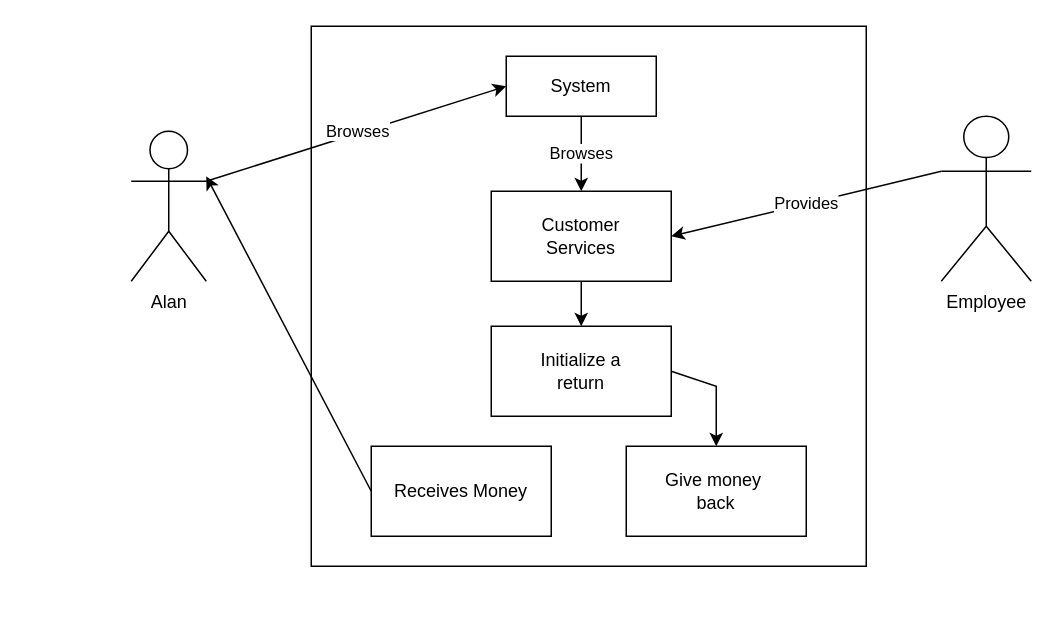
Earlier version of the draw.io diagram Diagrams/CSC648UseCase12.drawio (isaipd20/Diagrams). Source tidied: cells renumbered, new cells numbered last; positions are measured from the earlier drawing's top-left corner, leaving out a move shared by most shapes. Both pictures are drawn from the tidied source at 150%, with x=0, y=0 at pixel (130, 26).
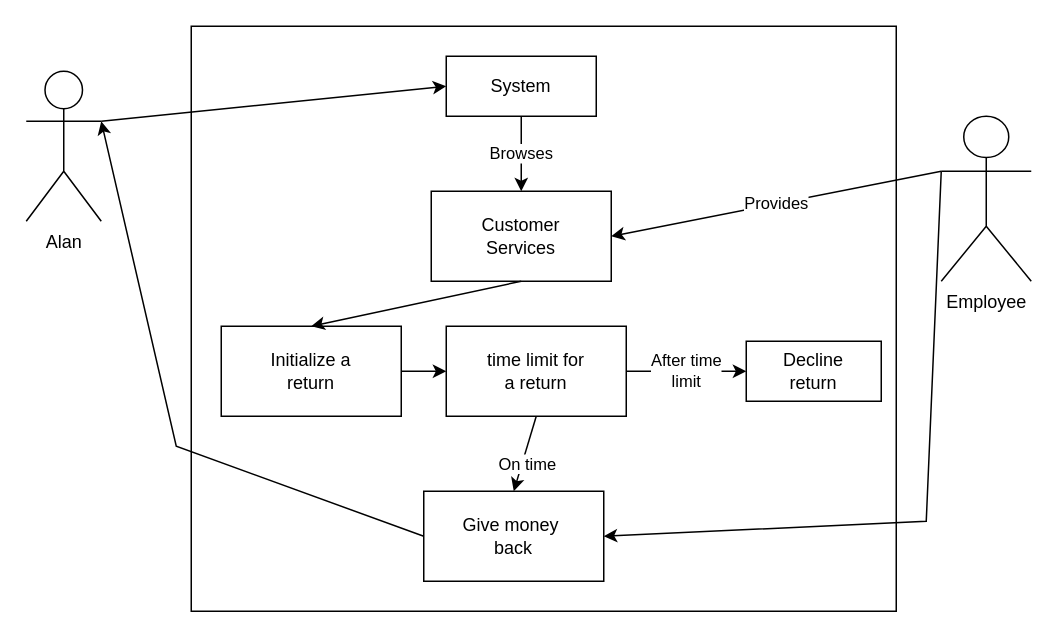
After the change.

Commit message:
Final CSC648UseCase12

Unchanged cells that the change refers to:
```xml
<mxCell id="5" style="endArrow=classic;html=1;rounded=0;exitX=1;exitY=0.3333333333333333;exitDx=0;exitDy=0;exitPerimeter=0;entryX=0;entryY=0.5;entryDx=0;entryDy=0;" parent="1" edge="1" source="3" target="4">
  <mxGeometry relative="1" as="geometry" />
</mxCell>
<mxCell id="9" value="Employee" style="shape=umlActor;verticalLabelPosition=bottom;verticalAlign=top;html=1;outlineConnect=0;" parent="1" vertex="1">
  <mxGeometry x="540" y="60" width="60" height="110" as="geometry" />
</mxCell>
```

What changed in the source:
```diff
@@
     <mxCell id="2" style="rounded=0;whiteSpace=wrap;html=1;" parent="1" vertex="1">
-      <mxGeometry x="120" width="370" height="360" as="geometry" />
+      <mxGeometry x="40" width="470" height="390" as="geometry" />
     </mxCell>
     <mxCell id="3" value="Alan" style="shape=umlActor;verticalLabelPosition=bottom;verticalAlign=top;html=1;outlineConnect=0;" parent="1" vertex="1">
-      <mxGeometry y="70" width="50" height="100" as="geometry" />
+      <mxGeometry x="-70" y="30" width="50" height="100" as="geometry" />
     </mxCell>
     <mxCell id="4" value="System" style="rounded=0;whiteSpace=wrap;html=1;" parent="1" vertex="1">
-      <mxGeometry x="250" y="20" width="100" height="40" as="geometry" />
+      <mxGeometry x="210" y="20" width="100" height="40" as="geometry" />
     </mxCell>
@@
-    <mxCell id="6" value="Browses" style="edgeLabel;html=1;align=center;verticalAlign=middle;" parent="5" vertex="1">
-      <mxGeometry x="-0.48" y="1" relative="1" as="geometry">
-        <mxPoint x="48" y="-16" as="offset" />
-      </mxGeometry>
-    </mxCell>
     <mxCell id="7" value="Customer&lt;br&gt;Services" style="rounded=0;whiteSpace=wrap;html=1;" parent="1" vertex="1">
-      <mxGeometry x="240" y="110" width="120" height="60" as="geometry" />
+      <mxGeometry x="200" y="110" width="120" height="60" as="geometry" />
     </mxCell>
@@
-    <mxCell id="11" value="Receives Money" style="rounded=0;whiteSpace=wrap;html=1;" parent="1" vertex="1">
-      <mxGeometry x="160" y="280" width="120" height="60" as="geometry" />
+    <mxCell id="11" value="time limit for&lt;br&gt;a return" style="rounded=0;whiteSpace=wrap;html=1;" parent="1" vertex="1">
+      <mxGeometry x="210" y="200" width="120" height="60" as="geometry" />
     </mxCell>
     <mxCell id="12" value="Initialize a&lt;br&gt;return" style="rounded=0;whiteSpace=wrap;html=1;" parent="1" vertex="1">
-      <mxGeometry x="240" y="200" width="120" height="60" as="geometry" />
+      <mxGeometry x="60" y="200" width="120" height="60" as="geometry" />
     </mxCell>
     <mxCell id="13" value="Give money&amp;nbsp;&lt;br&gt;back" style="rounded=0;whiteSpace=wrap;html=1;" parent="1" vertex="1">
-      <mxGeometry x="330" y="280" width="120" height="60" as="geometry" />
+      <mxGeometry x="195" y="310" width="120" height="60" as="geometry" />
     </mxCell>
@@
-    <mxCell id="15" style="endArrow=classic;html=1;rounded=0;exitX=0;exitY=0.5;exitDx=0;exitDy=0;" parent="1" edge="1" source="11">
-      <mxGeometry relative="1" as="geometry">
-        <mxPoint x="50" y="100" as="targetPoint" />
-      </mxGeometry>
-    </mxCell>
-    <mxCell id="16" style="endArrow=classic;html=1;rounded=0;exitX=1;exitY=0.5;exitDx=0;exitDy=0;entryX=0.5;entryY=0;entryDx=0;entryDy=0;" parent="1" edge="1" source="12" target="13">
-      <mxGeometry relative="1" as="geometry">
-        <Array as="points">
-          <mxPoint x="390" y="240" />
-        </Array>
-      </mxGeometry>
-    </mxCell>
+    <mxCell id="17" style="endArrow=classic;html=1;rounded=0;entryX=0;entryY=0.5;entryDx=0;entryDy=0;exitX=1;exitY=0.5;exitDx=0;exitDy=0;" parent="1" edge="1" source="12" target="11">
+      <mxGeometry relative="1" as="geometry" />
+    </mxCell>
+    <mxCell id="18" style="endArrow=classic;html=1;rounded=0;exitX=0.5;exitY=1;exitDx=0;exitDy=0;entryX=0.5;entryY=0;entryDx=0;entryDy=0;" parent="1" edge="1" source="11" target="13">
+      <mxGeometry relative="1" as="geometry" />
+    </mxCell>
+    <mxCell id="19" value="On time" style="edgeLabel;html=1;align=center;verticalAlign=middle;" parent="18" vertex="1">
+      <mxGeometry x="0.22" y="3" relative="1" as="geometry" />
+    </mxCell>
+    <mxCell id="20" style="endArrow=classic;html=1;rounded=0;exitX=0;exitY=0.3333333333333333;exitDx=0;exitDy=0;exitPerimeter=0;entryX=1;entryY=0.5;entryDx=0;entryDy=0;" parent="1" edge="1" source="9" target="13">
+      <mxGeometry relative="1" as="geometry">
+        <Array as="points">
+          <mxPoint x="530" y="330" />
+        </Array>
+      </mxGeometry>
+    </mxCell>
+    <mxCell id="21" style="endArrow=classic;html=1;rounded=0;entryX=1;entryY=0.3333333333333333;entryDx=0;entryDy=0;entryPerimeter=0;exitX=0;exitY=0.5;exitDx=0;exitDy=0;" parent="1" edge="1" source="13" target="3">
+      <mxGeometry relative="1" as="geometry">
+        <Array as="points">
+          <mxPoint x="30" y="280" />
+        </Array>
+      </mxGeometry>
+    </mxCell>
+    <mxCell id="22" value="Decline&lt;br&gt;return" style="rounded=0;whiteSpace=wrap;html=1;" parent="1" vertex="1">
+      <mxGeometry x="410" y="210" width="90" height="40" as="geometry" />
+    </mxCell>
+    <mxCell id="23" value="After time&lt;br&gt;limit" style="endArrow=classic;html=1;rounded=0;entryX=0;entryY=0.5;entryDx=0;entryDy=0;exitX=1;exitY=0.5;exitDx=0;exitDy=0;" parent="1" edge="1" source="11" target="22">
+      <mxGeometry relative="1" as="geometry" />
+    </mxCell>
```
